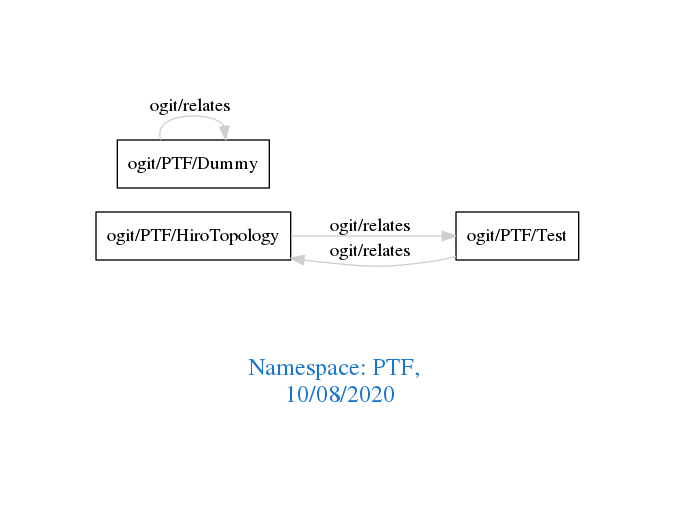
Earlier version of the Graphviz export downloads/PTF.png (arago/OGIT). Its source is kept beside it as downloads/PTF.dot.
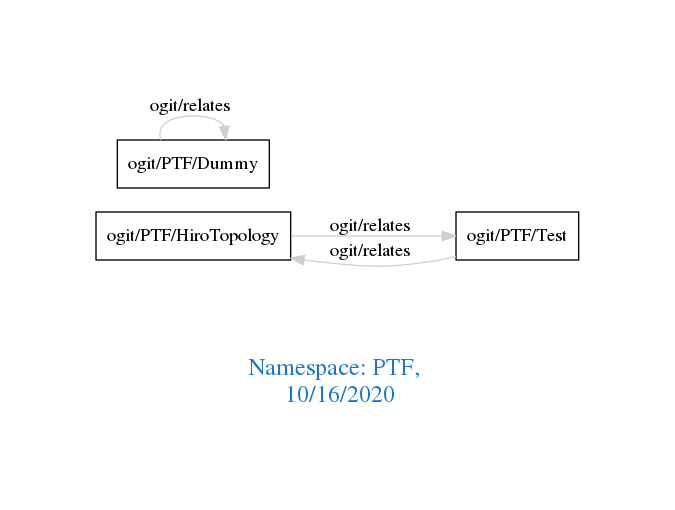
After the change.

What changed in the source:
```diff
@@ -1,7 +1,7 @@
 digraph OGIT_ontology {
  graph [ rankdir= LR,pad=1
 fontsize = 18,
-fontcolor= dodgerblue3,label = "\n\n\nNamespace: PTF, \n 10/08/2020"];
+fontcolor= dodgerblue3,label = "\n\n\nNamespace: PTF, \n 10/16/2020"];
 node[shape=polygon];
 edge [  color="gray81"];
 
```
